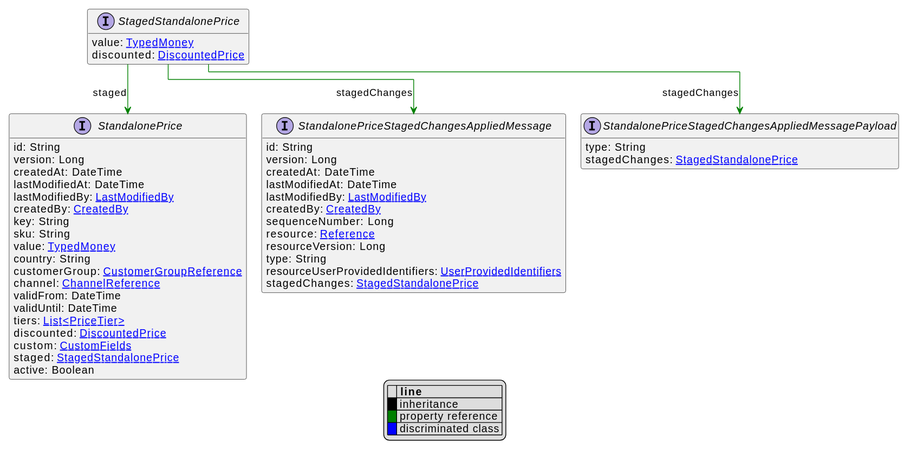
Earlier version of the PlantUML export uml/api/svg/StagedStandalonePrice.svg (commercetools/commercetools-api-reference). The source it was exported from:
```plantuml
@startuml
!pragma layout elk
hide empty fields
hide empty methods
legend
|= |= line |
|<back:black>   </back>| inheritance |
|<back:green>   </back>| property reference |
|<back:blue>   </back>| discriminated class |
endlegend
interface StagedStandalonePrice [[StagedStandalonePrice.svg]]  {
    value: [[TypedMoney.svg TypedMoney]]
    discounted: [[DiscountedPrice.svg DiscountedPrice]]
}



interface StandalonePriceStagedChangesAppliedMessage [[StandalonePriceStagedChangesAppliedMessage.svg]]  {
    id: String
    version: Long
    createdAt: DateTime
    lastModifiedAt: DateTime
    lastModifiedBy: [[LastModifiedBy.svg LastModifiedBy]]
    createdBy: [[CreatedBy.svg CreatedBy]]
    sequenceNumber: Long
    resource: [[Reference.svg Reference]]
    resourceVersion: Long
    type: String
    resourceUserProvidedIdentifiers: [[UserProvidedIdentifiers.svg UserProvidedIdentifiers]]
    stagedChanges: [[StagedStandalonePrice.svg StagedStandalonePrice]]
}
interface StandalonePriceStagedChangesAppliedMessagePayload [[StandalonePriceStagedChangesAppliedMessagePayload.svg]]  {
    type: String
    stagedChanges: [[StagedStandalonePrice.svg StagedStandalonePrice]]
}
interface StandalonePrice [[StandalonePrice.svg]]  {
    id: String
    version: Long
    createdAt: DateTime
    lastModifiedAt: DateTime
    lastModifiedBy: [[LastModifiedBy.svg LastModifiedBy]]
    createdBy: [[CreatedBy.svg CreatedBy]]
    key: String
    sku: String
    value: [[TypedMoney.svg TypedMoney]]
    country: String
    customerGroup: [[CustomerGroupReference.svg CustomerGroupReference]]
    channel: [[ChannelReference.svg ChannelReference]]
    validFrom: DateTime
    validUntil: DateTime
    tiers: [[PriceTier.svg List<PriceTier>]]
    discounted: [[DiscountedPrice.svg DiscountedPrice]]
    custom: [[CustomFields.svg CustomFields]]
    staged: [[StagedStandalonePrice.svg StagedStandalonePrice]]
    active: Boolean
}

StagedStandalonePrice --> StandalonePriceStagedChangesAppliedMessage #green;text:green : "stagedChanges"
StagedStandalonePrice --> StandalonePriceStagedChangesAppliedMessagePayload #green;text:green : "stagedChanges"
StagedStandalonePrice --> StandalonePrice #green;text:green : "staged"
@enduml
```
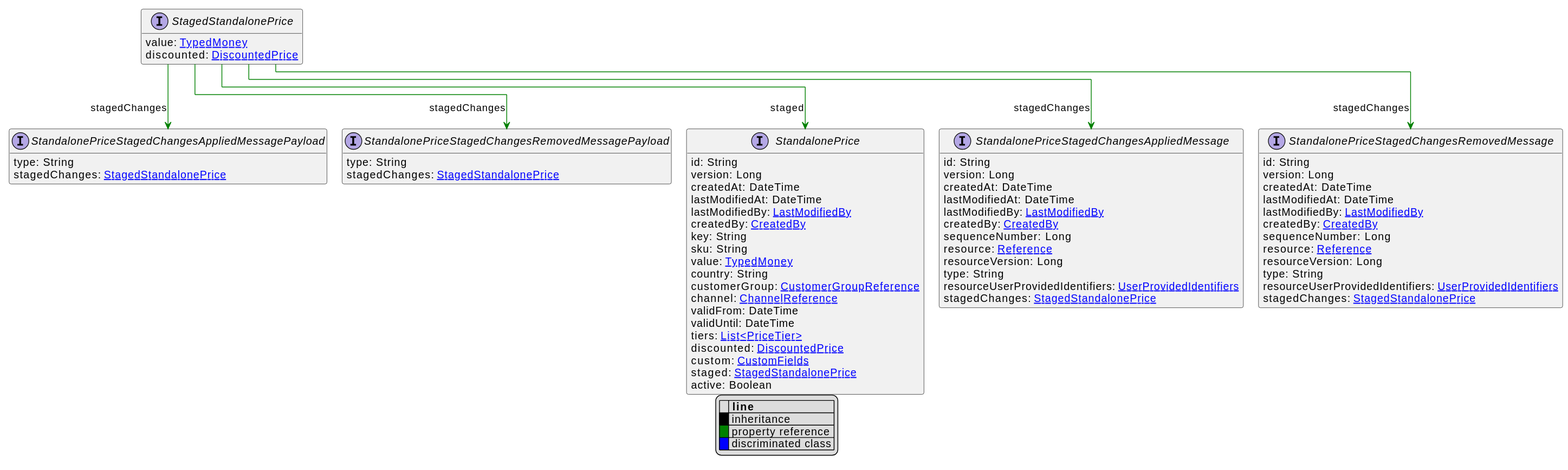
Above is the later version.

The edit, as a diff of the source:
```diff
@@ -29,7 +29,25 @@
     resourceUserProvidedIdentifiers: [[UserProvidedIdentifiers.svg UserProvidedIdentifiers]]
     stagedChanges: [[StagedStandalonePrice.svg StagedStandalonePrice]]
 }
+interface StandalonePriceStagedChangesRemovedMessage [[StandalonePriceStagedChangesRemovedMessage.svg]]  {
+    id: String
+    version: Long
+    createdAt: DateTime
+    lastModifiedAt: DateTime
+    lastModifiedBy: [[LastModifiedBy.svg LastModifiedBy]]
+    createdBy: [[CreatedBy.svg CreatedBy]]
+    sequenceNumber: Long
+    resource: [[Reference.svg Reference]]
+    resourceVersion: Long
+    type: String
+    resourceUserProvidedIdentifiers: [[UserProvidedIdentifiers.svg UserProvidedIdentifiers]]
+    stagedChanges: [[StagedStandalonePrice.svg StagedStandalonePrice]]
+}
 interface StandalonePriceStagedChangesAppliedMessagePayload [[StandalonePriceStagedChangesAppliedMessagePayload.svg]]  {
+    type: String
+    stagedChanges: [[StagedStandalonePrice.svg StagedStandalonePrice]]
+}
+interface StandalonePriceStagedChangesRemovedMessagePayload [[StandalonePriceStagedChangesRemovedMessagePayload.svg]]  {
     type: String
     stagedChanges: [[StagedStandalonePrice.svg StagedStandalonePrice]]
 }
@@ -56,6 +74,8 @@
 }
 
 StagedStandalonePrice --> StandalonePriceStagedChangesAppliedMessage #green;text:green : "stagedChanges"
+StagedStandalonePrice --> StandalonePriceStagedChangesRemovedMessage #green;text:green : "stagedChanges"
 StagedStandalonePrice --> StandalonePriceStagedChangesAppliedMessagePayload #green;text:green : "stagedChanges"
+StagedStandalonePrice --> StandalonePriceStagedChangesRemovedMessagePayload #green;text:green : "stagedChanges"
 StagedStandalonePrice --> StandalonePrice #green;text:green : "staged"
 @enduml
```
